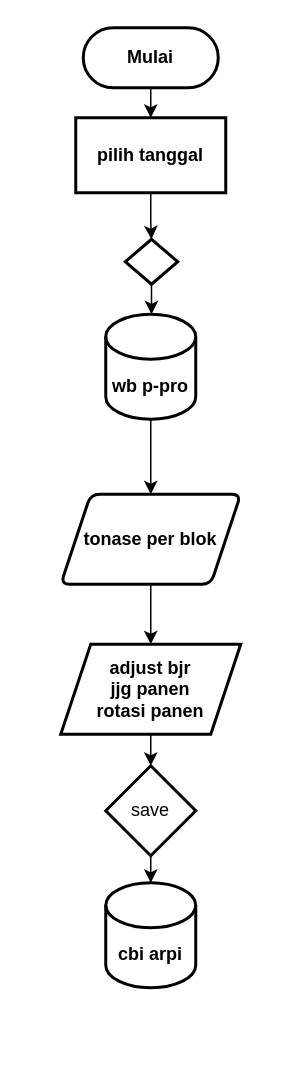
L30RZ/Flowchart keeps this draw.io diagram as Diagram Tanpa Judul.drawio. Above is the earlier version. Source tidied: cells renumbered, new cells numbered last; positions are measured from the earlier drawing's top-left corner, leaving out a move shared by most shapes. Both pictures are drawn from the tidied source at 150%, with x=0, y=0 at pixel (60, 27).
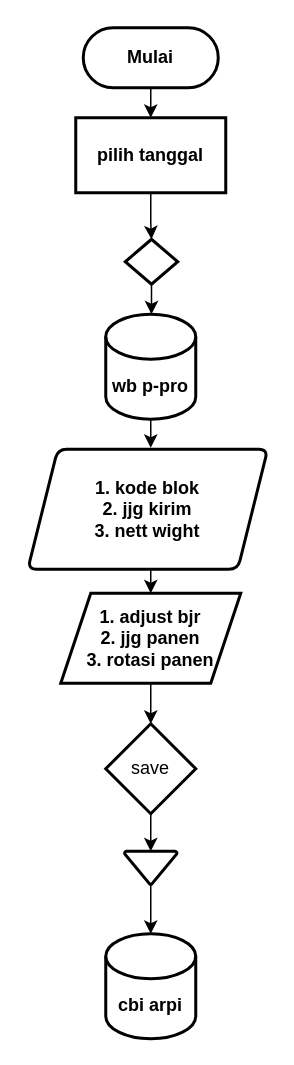
Above is the later version.

Change to the diagram source:
```diff
@@
 <mxGraphModel>
   <root>
     <mxCell id="0" />
     <mxCell id="1" parent="0" />
     <mxCell id="2" value="Mulai" style="rounded=1;whiteSpace=wrap;html=1;arcSize=50;strokeWidth=2;fontStyle=1;" parent="1" vertex="1">
       <mxGeometry x="15" width="90" height="40" as="geometry" />
     </mxCell>
     <mxCell id="3" style="edgeStyle=orthogonalEdgeStyle;rounded=0;jettySize=auto;html=1;" parent="1" edge="1" source="4" target="6">
       <mxGeometry relative="1" as="geometry" />
     </mxCell>
     <mxCell id="4" value="pilih tanggal" style="rounded=1;whiteSpace=wrap;html=1;strokeWidth=2;arcSize=0;fontStyle=1;" parent="1" vertex="1">
       <mxGeometry x="10" y="60" width="100" height="50" as="geometry" />
     </mxCell>
     <mxCell id="5" style="edgeStyle=orthogonalEdgeStyle;rounded=0;jettySize=auto;html=1;exitX=0.5;exitY=1;exitDx=0;exitDy=0;entryX=0.5;entryY=0;entryDx=0;entryDy=0;" parent="1" edge="1" source="2" target="4">
       <mxGeometry relative="1" as="geometry" />
     </mxCell>
     <mxCell id="6" style="rhombus;whiteSpace=wrap;html=1;rounded=1;strokeWidth=2;arcSize=0;fontStyle=1;" parent="1" vertex="1">
       <mxGeometry x="43" y="141" width="35" height="30" as="geometry" />
     </mxCell>
+    <mxCell id="17" style="edgeStyle=orthogonalEdgeStyle;rounded=0;jettySize=auto;html=1;exitX=0.5;exitY=1;exitDx=0;exitDy=0;exitPerimeter=0;" parent="1" edge="1" source="7">
+      <mxGeometry relative="1" as="geometry">
+        <mxPoint x="60" y="280" as="targetPoint" />
+      </mxGeometry>
+    </mxCell>
     <mxCell id="7" value="wb p-pro" style="shape=cylinder3;whiteSpace=wrap;html=1;boundedLbl=1;backgroundOutline=1;size=15;strokeWidth=2;rounded=1;arcSize=12;fontStyle=1;" parent="1" vertex="1">
       <mxGeometry x="30" y="191" width="60" height="70" as="geometry" />
     </mxCell>
     <mxCell id="8" style="edgeStyle=orthogonalEdgeStyle;rounded=0;jettySize=auto;html=1;exitX=0.5;exitY=1;exitDx=0;exitDy=0;entryX=0.5;entryY=0;entryDx=0;entryDy=0;" parent="1" edge="1" source="9" target="13">
       <mxGeometry relative="1" as="geometry" />
     </mxCell>
-    <mxCell id="9" value="tonase per blok &lt;br&gt;" style="shape=parallelogram;perimeter=parallelogramPerimeter;whiteSpace=wrap;html=1;fixedSize=1;strokeWidth=2;rounded=1;arcSize=12;fontStyle=1;" parent="1" vertex="1">
-      <mxGeometry y="311" width="120" height="60" as="geometry" />
+    <mxCell id="9" value="1. kode blok&lt;br&gt;2. jjg kirim&lt;br&gt;3. nett wight&lt;br&gt;" style="shape=parallelogram;perimeter=parallelogramPerimeter;whiteSpace=wrap;html=1;fixedSize=1;strokeWidth=2;rounded=1;arcSize=12;fontStyle=1;" parent="1" vertex="1">
+      <mxGeometry x="-22" y="281" width="160" height="80" as="geometry" />
     </mxCell>
-    <mxCell id="10" style="edgeStyle=orthogonalEdgeStyle;rounded=0;jettySize=auto;html=1;entryX=0.5;entryY=0;entryDx=0;entryDy=0;" parent="1" edge="1" source="7" target="9">
-      <mxGeometry relative="1" as="geometry" />
-    </mxCell>
     <mxCell id="11" style="edgeStyle=orthogonalEdgeStyle;rounded=0;jettySize=auto;html=1;entryX=0.5;entryY=0;entryDx=0;entryDy=0;entryPerimeter=0;" parent="1" edge="1" source="6" target="7">
       <mxGeometry relative="1" as="geometry" />
     </mxCell>
     <mxCell id="12" style="edgeStyle=orthogonalEdgeStyle;rounded=0;jettySize=auto;html=1;exitX=0.5;exitY=1;exitDx=0;exitDy=0;entryX=0.5;entryY=0;entryDx=0;entryDy=0;entryPerimeter=0;" parent="1" edge="1" source="13" target="15">
       <mxGeometry relative="1" as="geometry" />
     </mxCell>
-    <mxCell id="13" value="adjust bjr&lt;br&gt;jjg panen&lt;br&gt;rotasi panen&lt;br&gt;" style="shape=parallelogram;perimeter=parallelogramPerimeter;whiteSpace=wrap;html=1;fixedSize=1;strokeWidth=2;rounded=1;arcSize=0;fontStyle=1;" parent="1" vertex="1">
-      <mxGeometry y="411" width="120" height="60" as="geometry" />
+    <mxCell id="13" value="1. adjust bjr&lt;br&gt;2. jjg panen&lt;br&gt;3. rotasi panen" style="shape=parallelogram;perimeter=parallelogramPerimeter;whiteSpace=wrap;html=1;fixedSize=1;strokeWidth=2;rounded=1;arcSize=0;fontStyle=1;" parent="1" vertex="1">
+      <mxGeometry y="377" width="120" height="60" as="geometry" />
     </mxCell>
-    <mxCell id="14" style="edgeStyle=orthogonalEdgeStyle;rounded=0;jettySize=auto;html=1;exitX=0.5;exitY=1;exitDx=0;exitDy=0;exitPerimeter=0;entryX=0.5;entryY=0;entryDx=0;entryDy=0;entryPerimeter=0;" parent="1" edge="1" source="15" target="16">
-      <mxGeometry relative="1" as="geometry" />
-    </mxCell>
+    <mxCell id="18" style="edgeStyle=orthogonalEdgeStyle;rounded=0;jettySize=auto;html=1;exitX=0.5;exitY=1;exitDx=0;exitDy=0;exitPerimeter=0;entryX=0.5;entryY=0;entryDx=0;entryDy=0;entryPerimeter=0;" parent="1" edge="1" source="15" target="20">
+      <mxGeometry relative="1" as="geometry" />
+    </mxCell>
     <mxCell id="15" value="save" style="strokeWidth=2;html=1;shape=mxgraph.flowchart.decision;whiteSpace=wrap;" parent="1" vertex="1">
-      <mxGeometry x="30" y="492" width="60" height="60" as="geometry" />
+      <mxGeometry x="30" y="464" width="60" height="60" as="geometry" />
     </mxCell>
     <mxCell id="16" value="cbi arpi" style="shape=cylinder3;whiteSpace=wrap;html=1;boundedLbl=1;backgroundOutline=1;size=15;strokeWidth=2;rounded=1;arcSize=12;fontStyle=1;" parent="1" vertex="1">
-      <mxGeometry x="30" y="570" width="60" height="70" as="geometry" />
+      <mxGeometry x="30" y="604" width="60" height="70" as="geometry" />
     </mxCell>
+    <mxCell id="19" style="edgeStyle=orthogonalEdgeStyle;rounded=0;jettySize=auto;html=1;exitX=0.5;exitY=1;exitDx=0;exitDy=0;exitPerimeter=0;entryX=0.5;entryY=0;entryDx=0;entryDy=0;entryPerimeter=0;" parent="1" edge="1" source="20" target="16">
+      <mxGeometry relative="1" as="geometry" />
+    </mxCell>
+    <mxCell id="20" style="strokeWidth=2;html=1;shape=mxgraph.flowchart.merge_or_storage;whiteSpace=wrap;" parent="1" vertex="1">
+      <mxGeometry x="42.5" y="549" width="35" height="22.1" as="geometry" />
+    </mxCell>
   </root>
 </mxGraphModel>
```
